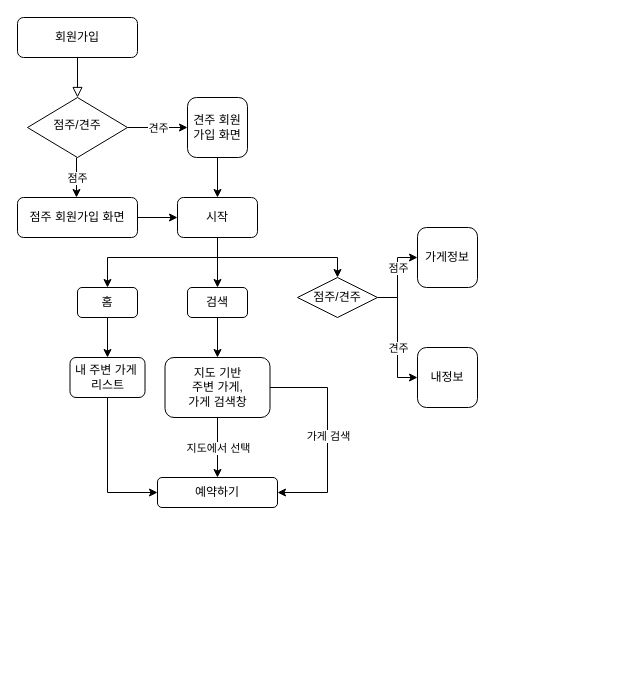
ChoiWonYu/LikeLionProject keeps this draw.io diagram as Untitled Diagram.drawio. Above is the earlier version. Source tidied: cells renumbered, new cells numbered last; positions are measured from the earlier drawing's top-left corner, leaving out a move shared by most shapes. Both pictures are drawn from the tidied source at 100%, with x=0, y=0 at pixel (17, 17).
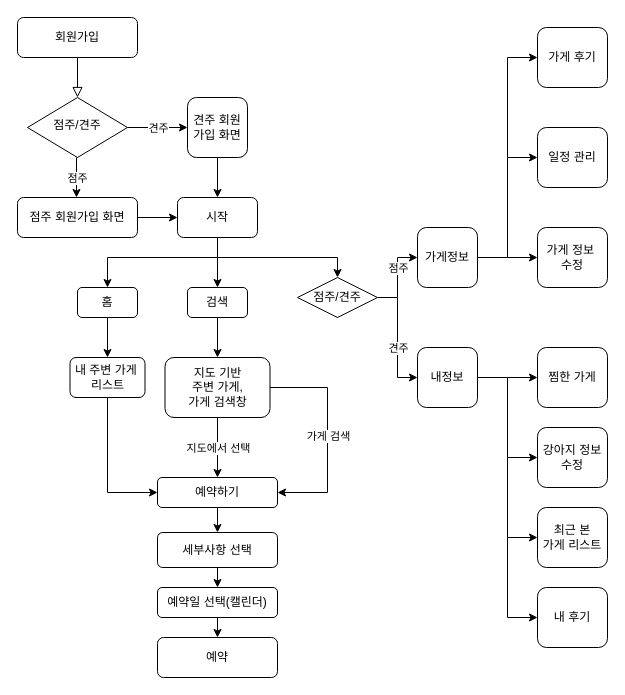
The same page after the edit.

Unchanged cells that the change refers to:
```xml
<mxCell id="23" value="가게정보" style="rounded=1;whiteSpace=wrap;html=1;" parent="1" vertex="1">
  <mxGeometry x="400" y="210" width="60" height="60" as="geometry" />
</mxCell>
<mxCell id="24" value="내정보" style="rounded=1;whiteSpace=wrap;html=1;" parent="1" vertex="1">
  <mxGeometry x="400" y="330" width="60" height="60" as="geometry" />
</mxCell>
<mxCell id="36" value="예약하기" style="rounded=1;whiteSpace=wrap;html=1;" parent="1" vertex="1">
  <mxGeometry x="140" y="460" width="120" height="30" as="geometry" />
</mxCell>
```

Diff of the diagram source:
```diff
@@
+    <mxCell id="37" style="edgeStyle=orthogonalEdgeStyle;rounded=0;jettySize=auto;html=1;" parent="1" edge="1" source="23" target="45">
+      <mxGeometry relative="1" as="geometry" />
+    </mxCell>
@@
+    <mxCell id="38" style="edgeStyle=orthogonalEdgeStyle;rounded=0;jettySize=auto;html=1;" parent="1" edge="1" source="24" target="48">
+      <mxGeometry relative="1" as="geometry" />
+    </mxCell>
@@
+    <mxCell id="39" value="세부사항 선택" style="rounded=1;whiteSpace=wrap;html=1;" parent="1" vertex="1">
+      <mxGeometry x="140" y="515" width="120" height="35" as="geometry" />
+    </mxCell>
+    <mxCell id="40" style="endArrow=classic;html=1;rounded=0;exitX=0.5;exitY=1;exitDx=0;exitDy=0;entryX=0.5;entryY=0;entryDx=0;entryDy=0;" parent="1" edge="1" source="36" target="39">
+      <mxGeometry relative="1" as="geometry" />
+    </mxCell>
+    <mxCell id="41" value="예약일 선택(캘린더)" style="rounded=1;whiteSpace=wrap;html=1;" parent="1" vertex="1">
+      <mxGeometry x="140" y="570" width="120" height="30" as="geometry" />
+    </mxCell>
+    <mxCell id="42" style="endArrow=classic;html=1;rounded=0;exitX=0.5;exitY=1;exitDx=0;exitDy=0;entryX=0.5;entryY=0;entryDx=0;entryDy=0;" parent="1" edge="1" source="39" target="41">
+      <mxGeometry relative="1" as="geometry" />
+    </mxCell>
+    <mxCell id="43" value="예약" style="rounded=1;whiteSpace=wrap;html=1;" parent="1" vertex="1">
+      <mxGeometry x="140" y="620" width="120" height="40" as="geometry" />
+    </mxCell>
+    <mxCell id="44" style="endArrow=classic;html=1;rounded=0;exitX=0.5;exitY=1;exitDx=0;exitDy=0;entryX=0.5;entryY=0;entryDx=0;entryDy=0;" parent="1" edge="1" source="41" target="43">
+      <mxGeometry relative="1" as="geometry" />
+    </mxCell>
+    <mxCell id="45" value="가게 정보&amp;nbsp;&lt;br&gt;수정" style="rounded=1;whiteSpace=wrap;html=1;" parent="1" vertex="1">
+      <mxGeometry x="520" y="210" width="70" height="60" as="geometry" />
+    </mxCell>
+    <mxCell id="46" value="일정 관리" style="rounded=1;whiteSpace=wrap;html=1;" parent="1" vertex="1">
+      <mxGeometry x="520" y="110" width="70" height="60" as="geometry" />
+    </mxCell>
+    <mxCell id="47" style="endArrow=classic;html=1;rounded=0;entryX=0;entryY=0.5;entryDx=0;entryDy=0;" parent="1" edge="1" target="46">
+      <mxGeometry relative="1" as="geometry">
+        <mxPoint x="490" y="240" as="sourcePoint" />
+        <Array as="points">
+          <mxPoint x="490" y="140" />
+        </Array>
+      </mxGeometry>
+    </mxCell>
+    <mxCell id="48" value="찜한 가게" style="rounded=1;whiteSpace=wrap;html=1;" parent="1" vertex="1">
+      <mxGeometry x="520" y="330" width="70" height="60" as="geometry" />
+    </mxCell>
+    <mxCell id="49" value="강아지 정보&lt;br&gt;수정" style="rounded=1;whiteSpace=wrap;html=1;" parent="1" vertex="1">
+      <mxGeometry x="520" y="410" width="70" height="60" as="geometry" />
+    </mxCell>
+    <mxCell id="50" value="최근 본&lt;br&gt;가게 리스트" style="rounded=1;whiteSpace=wrap;html=1;" parent="1" vertex="1">
+      <mxGeometry x="520" y="490" width="70" height="60" as="geometry" />
+    </mxCell>
+    <mxCell id="51" value="가게 후기" style="rounded=1;whiteSpace=wrap;html=1;" parent="1" vertex="1">
+      <mxGeometry x="520" y="10" width="70" height="60" as="geometry" />
+    </mxCell>
+    <mxCell id="52" style="endArrow=classic;html=1;rounded=0;entryX=0;entryY=0.5;entryDx=0;entryDy=0;" parent="1" edge="1" target="49">
+      <mxGeometry relative="1" as="geometry">
+        <mxPoint x="490" y="360" as="sourcePoint" />
+        <Array as="points">
+          <mxPoint x="490" y="440" />
+        </Array>
+      </mxGeometry>
+    </mxCell>
+    <mxCell id="53" style="endArrow=classic;html=1;rounded=0;entryX=0;entryY=0.5;entryDx=0;entryDy=0;" parent="1" edge="1" target="50">
+      <mxGeometry relative="1" as="geometry">
+        <mxPoint x="490" y="440" as="sourcePoint" />
+        <Array as="points">
+          <mxPoint x="490" y="520" />
+        </Array>
+      </mxGeometry>
+    </mxCell>
+    <mxCell id="54" style="endArrow=classic;html=1;rounded=0;entryX=0;entryY=0.5;entryDx=0;entryDy=0;" parent="1" edge="1" target="51">
+      <mxGeometry relative="1" as="geometry">
+        <mxPoint x="490" y="140" as="sourcePoint" />
+        <Array as="points">
+          <mxPoint x="490" y="40" />
+        </Array>
+      </mxGeometry>
+    </mxCell>
+    <mxCell id="55" value="내 후기" style="rounded=1;whiteSpace=wrap;html=1;" parent="1" vertex="1">
+      <mxGeometry x="520" y="570" width="70" height="60" as="geometry" />
+    </mxCell>
+    <mxCell id="56" style="endArrow=classic;html=1;rounded=0;entryX=0;entryY=0.5;entryDx=0;entryDy=0;" parent="1" edge="1" target="55">
+      <mxGeometry relative="1" as="geometry">
+        <mxPoint x="490" y="520" as="sourcePoint" />
+        <Array as="points">
+          <mxPoint x="490" y="600" />
+        </Array>
+      </mxGeometry>
+    </mxCell>
```
